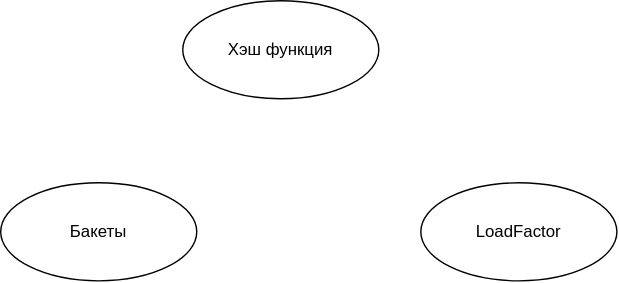
Earlier version of the draw.io export База/Структуры данных/2. Быстро находить данные и проверять условия/2.3. Проверять принадлежность и уникальность/Множество (Set)/HashSet/schemes/Знакомство.drawio.svg (kosukhin/catalog). Source tidied: cells renumbered, new cells last; positions are measured from the earlier drawing's top-left corner, leaving out a move shared by most shapes.
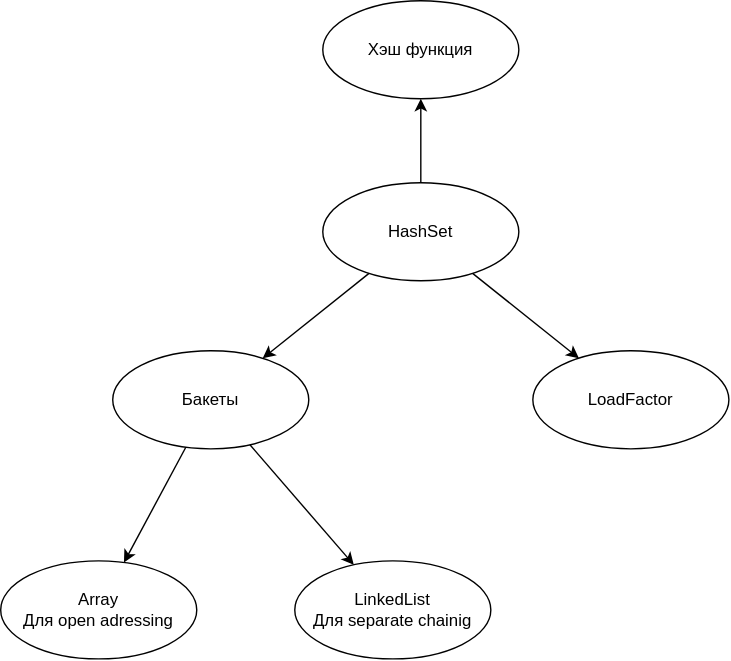
Later version of the same file.

The edit, as a diff of the source:
```diff
@@ -3,7 +3,7 @@
     <mxCell id="0" />
     <mxCell id="1" parent="0" />
     <mxCell id="2" value="Хэш функция" style="ellipse;whiteSpace=wrap;html=1;" parent="1" vertex="1">
-      <mxGeometry x="130" width="140" height="70" as="geometry" />
+      <mxGeometry x="150" y="-120" width="140" height="70" as="geometry" />
     </mxCell>
     <mxCell id="3" value="LoadFactor" style="ellipse;whiteSpace=wrap;html=1;" parent="1" vertex="1">
       <mxGeometry x="300" y="130" width="140" height="70" as="geometry" />
@@ -11,5 +11,29 @@
     <mxCell id="4" value="Бакеты" style="ellipse;whiteSpace=wrap;html=1;" parent="1" vertex="1">
       <mxGeometry y="130" width="140" height="70" as="geometry" />
     </mxCell>
+    <mxCell id="5" style="edgeStyle=none;html=1;" parent="1" edge="1" source="4" target="6">
+      <mxGeometry relative="1" as="geometry" />
+    </mxCell>
+    <mxCell id="6" value="LinkedList&lt;div&gt;Для separate chainig&lt;/div&gt;" style="ellipse;whiteSpace=wrap;html=1;" parent="1" vertex="1">
+      <mxGeometry x="130" y="280" width="140" height="70" as="geometry" />
+    </mxCell>
+    <mxCell id="7" style="edgeStyle=none;html=1;" parent="1" edge="1" source="4" target="8">
+      <mxGeometry relative="1" as="geometry" />
+    </mxCell>
+    <mxCell id="8" value="Array&lt;div&gt;Для open adressing&lt;/div&gt;" style="ellipse;whiteSpace=wrap;html=1;" parent="1" vertex="1">
+      <mxGeometry x="-80" y="280" width="140" height="70" as="geometry" />
+    </mxCell>
+    <mxCell id="9" style="edgeStyle=none;html=1;" parent="1" edge="1" source="10" target="2">
+      <mxGeometry relative="1" as="geometry" />
+    </mxCell>
+    <mxCell id="10" value="HashSet" style="ellipse;whiteSpace=wrap;html=1;" parent="1" vertex="1">
+      <mxGeometry x="150" y="10" width="140" height="70" as="geometry" />
+    </mxCell>
+    <mxCell id="11" style="edgeStyle=none;html=1;" parent="1" edge="1" source="10" target="3">
+      <mxGeometry relative="1" as="geometry" />
+    </mxCell>
+    <mxCell id="12" style="edgeStyle=none;html=1;" parent="1" edge="1" source="10" target="4">
+      <mxGeometry relative="1" as="geometry" />
+    </mxCell>
   </root>
 </mxGraphModel>
```
